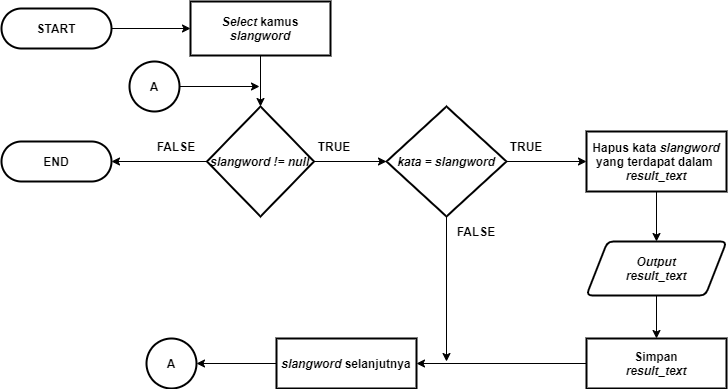
Before: Dokumen TA/Paper/Flowchart/P6. Flowchart proses slangword.png, a diagram exported from draw.io (muspriandi/TextMining-SentimentAnalysis). Source tidied: cells renumbered, new cells last; positions are measured from the earlier drawing's top-left corner, leaving out a move shared by most shapes. Source of this version:
```xml
<mxGraphModel>
  <root>
    <mxCell id="0" />
    <mxCell id="1" parent="0" />
    <mxCell id="2" style="edgeStyle=orthogonalEdgeStyle;rounded=0;orthogonalLoop=1;jettySize=auto;html=1;entryX=0.5;entryY=0;entryDx=0;entryDy=0;entryPerimeter=0;fontSize=12;" parent="1" edge="1">
      <mxGeometry relative="1" as="geometry">
        <mxPoint x="45" y="350" as="sourcePoint" />
        <Array as="points">
          <mxPoint x="45" y="390" />
          <mxPoint x="145" y="390" />
          <mxPoint x="145" y="50" />
          <mxPoint x="245" y="50" />
        </Array>
      </mxGeometry>
    </mxCell>
    <mxCell id="3" style="edgeStyle=orthogonalEdgeStyle;rounded=0;jettySize=auto;html=1;entryX=0;entryY=0.5;entryDx=0;entryDy=0;" parent="1" edge="1" source="4" target="7">
      <mxGeometry relative="1" as="geometry" />
    </mxCell>
    <mxCell id="4" value="&lt;b style=&quot;font-size: 12px;&quot;&gt;START&lt;/b&gt;" style="rounded=1;whiteSpace=wrap;html=1;absoluteArcSize=1;arcSize=140;strokeWidth=2;fontSize=12;" parent="1" vertex="1">
      <mxGeometry y="7" width="110" height="40" as="geometry" />
    </mxCell>
    <mxCell id="5" value="&lt;b&gt;END&lt;/b&gt;" style="rounded=1;whiteSpace=wrap;html=1;absoluteArcSize=1;arcSize=140;strokeWidth=2;fontSize=12;" parent="1" vertex="1">
      <mxGeometry y="140" width="110" height="40" as="geometry" />
    </mxCell>
    <mxCell id="6" style="edgeStyle=orthogonalEdgeStyle;rounded=0;jettySize=auto;html=1;entryX=0.5;entryY=0;entryDx=0;entryDy=0;entryPerimeter=0;" parent="1" edge="1" source="7" target="10">
      <mxGeometry relative="1" as="geometry" />
    </mxCell>
    <mxCell id="7" value="&lt;font face=&quot;helvetica&quot;&gt;&lt;b&gt;&lt;i&gt;Select &lt;/i&gt;kamus&lt;br&gt;&lt;i&gt;slangword&lt;/i&gt;&lt;br&gt;&lt;/b&gt;&lt;/font&gt;" style="rounded=1;whiteSpace=wrap;html=1;absoluteArcSize=1;arcSize=0;strokeWidth=2;fontSize=12;" parent="1" vertex="1">
      <mxGeometry x="189" width="140" height="54" as="geometry" />
    </mxCell>
    <mxCell id="8" style="edgeStyle=orthogonalEdgeStyle;rounded=0;jettySize=auto;html=1;entryX=1;entryY=0.5;entryDx=0;entryDy=0;" parent="1" edge="1" source="10" target="5">
      <mxGeometry relative="1" as="geometry" />
    </mxCell>
    <mxCell id="9" style="edgeStyle=orthogonalEdgeStyle;rounded=0;jettySize=auto;html=1;entryX=0;entryY=0.5;entryDx=0;entryDy=0;entryPerimeter=0;" parent="1" edge="1" source="10" target="13">
      <mxGeometry relative="1" as="geometry" />
    </mxCell>
    <mxCell id="10" value="&lt;b style=&quot;font-family: &amp;#34;helvetica&amp;#34;&quot;&gt;&lt;i&gt;slangword&amp;nbsp;&lt;/i&gt;&lt;/b&gt;&lt;b style=&quot;font-family: &amp;#34;helvetica&amp;#34;&quot;&gt;&lt;i&gt;!= null&lt;/i&gt;&lt;/b&gt;" style="strokeWidth=2;html=1;shape=mxgraph.flowchart.decision;whiteSpace=wrap;rounded=1;align=center;fontStyle=1;" parent="1" vertex="1">
      <mxGeometry x="205.5" y="105" width="107" height="110" as="geometry" />
    </mxCell>
    <mxCell id="11" style="edgeStyle=orthogonalEdgeStyle;rounded=0;jettySize=auto;html=1;" parent="1" edge="1" source="13">
      <mxGeometry relative="1" as="geometry">
        <mxPoint x="445" y="360" as="targetPoint" />
      </mxGeometry>
    </mxCell>
    <mxCell id="12" style="edgeStyle=orthogonalEdgeStyle;rounded=0;jettySize=auto;html=1;entryX=0;entryY=0.5;entryDx=0;entryDy=0;" parent="1" edge="1" source="13" target="19">
      <mxGeometry relative="1" as="geometry" />
    </mxCell>
    <mxCell id="13" value="&lt;b style=&quot;font-family: &amp;#34;helvetica&amp;#34;&quot;&gt;&lt;i&gt;kata = slangword&lt;/i&gt;&lt;/b&gt;" style="strokeWidth=2;html=1;shape=mxgraph.flowchart.decision;whiteSpace=wrap;rounded=1;align=center;fontStyle=1;" parent="1" vertex="1">
      <mxGeometry x="385" y="105" width="120" height="110" as="geometry" />
    </mxCell>
    <mxCell id="14" value="TRUE" style="text;html=1;strokeColor=none;fillColor=none;align=center;verticalAlign=middle;whiteSpace=wrap;rounded=0;fontStyle=1;" parent="1" vertex="1">
      <mxGeometry x="312.5" y="135" width="40" height="20" as="geometry" />
    </mxCell>
    <mxCell id="15" value="FALSE" style="text;html=1;strokeColor=none;fillColor=none;align=center;verticalAlign=middle;whiteSpace=wrap;rounded=0;fontStyle=1;" parent="1" vertex="1">
      <mxGeometry x="155" y="135" width="40" height="20" as="geometry" />
    </mxCell>
    <mxCell id="16" style="edgeStyle=orthogonalEdgeStyle;rounded=0;jettySize=auto;html=1;entryX=1;entryY=0.5;entryDx=0;entryDy=0;entryPerimeter=0;" parent="1" edge="1" source="17" target="24">
      <mxGeometry relative="1" as="geometry" />
    </mxCell>
    <mxCell id="17" value="&lt;b style=&quot;font-family: &amp;#34;helvetica&amp;#34;&quot;&gt;&lt;i&gt;slangword&amp;nbsp;&lt;/i&gt;&lt;/b&gt;&lt;font face=&quot;helvetica&quot;&gt;&lt;b&gt;selanjutnya&lt;br&gt;&lt;/b&gt;&lt;/font&gt;" style="rounded=1;whiteSpace=wrap;html=1;absoluteArcSize=1;arcSize=0;strokeWidth=2;fontSize=12;" parent="1" vertex="1">
      <mxGeometry x="275" y="337" width="140" height="50" as="geometry" />
    </mxCell>
    <mxCell id="18" style="edgeStyle=orthogonalEdgeStyle;rounded=0;jettySize=auto;html=1;entryX=0.5;entryY=0;entryDx=0;entryDy=0;" parent="1" edge="1" source="19" target="28">
      <mxGeometry relative="1" as="geometry" />
    </mxCell>
    <mxCell id="19" value="&lt;font face=&quot;helvetica&quot;&gt;&lt;b&gt;Hapus kata&amp;nbsp;&lt;/b&gt;&lt;/font&gt;&lt;b style=&quot;font-family: &amp;#34;helvetica&amp;#34;&quot;&gt;&lt;i&gt;slangword&lt;/i&gt;&lt;/b&gt;&lt;font face=&quot;helvetica&quot;&gt;&lt;b&gt;&lt;br&gt;&lt;/b&gt;&lt;/font&gt;&lt;span style=&quot;font-weight: 700&quot;&gt;yang terdapat dalam&amp;nbsp;&lt;br&gt;&lt;/span&gt;&lt;b style=&quot;font-family: &amp;#34;helvetica&amp;#34;&quot;&gt;&lt;i&gt;result_text&lt;/i&gt;&lt;/b&gt;&lt;font face=&quot;helvetica&quot;&gt;&lt;b&gt;&lt;br&gt;&lt;/b&gt;&lt;/font&gt;" style="rounded=1;whiteSpace=wrap;html=1;absoluteArcSize=1;arcSize=0;strokeWidth=2;fontSize=12;" parent="1" vertex="1">
      <mxGeometry x="585" y="130" width="140" height="60" as="geometry" />
    </mxCell>
    <mxCell id="20" value="TRUE" style="text;html=1;strokeColor=none;fillColor=none;align=center;verticalAlign=middle;whiteSpace=wrap;rounded=0;fontStyle=1;" parent="1" vertex="1">
      <mxGeometry x="505" y="135" width="40" height="20" as="geometry" />
    </mxCell>
    <mxCell id="21" value="FALSE" style="text;html=1;strokeColor=none;fillColor=none;align=center;verticalAlign=middle;whiteSpace=wrap;rounded=0;fontStyle=1;" parent="1" vertex="1">
      <mxGeometry x="455" y="220" width="40" height="20" as="geometry" />
    </mxCell>
    <mxCell id="22" style="edgeStyle=orthogonalEdgeStyle;rounded=0;jettySize=auto;html=1;entryX=1;entryY=0.5;entryDx=0;entryDy=0;" parent="1" edge="1" source="23" target="17">
      <mxGeometry relative="1" as="geometry" />
    </mxCell>
    <mxCell id="23" value="&lt;font face=&quot;helvetica&quot;&gt;&lt;b&gt;Simpan&lt;br&gt;&lt;i&gt;result_text&lt;/i&gt;&lt;br&gt;&lt;/b&gt;&lt;/font&gt;" style="rounded=1;whiteSpace=wrap;html=1;absoluteArcSize=1;arcSize=0;strokeWidth=2;fontSize=12;" parent="1" vertex="1">
      <mxGeometry x="585" y="337" width="140" height="50" as="geometry" />
    </mxCell>
    <mxCell id="24" value="&lt;b&gt;A&lt;/b&gt;" style="strokeWidth=2;html=1;shape=mxgraph.flowchart.start_2;whiteSpace=wrap;" parent="1" vertex="1">
      <mxGeometry x="145" y="337" width="50" height="50" as="geometry" />
    </mxCell>
    <mxCell id="25" style="edgeStyle=orthogonalEdgeStyle;rounded=0;jettySize=auto;html=1;" parent="1" edge="1" source="26">
      <mxGeometry relative="1" as="geometry">
        <mxPoint x="258" y="85" as="targetPoint" />
      </mxGeometry>
    </mxCell>
    <mxCell id="26" value="&lt;b&gt;A&lt;/b&gt;" style="strokeWidth=2;html=1;shape=mxgraph.flowchart.start_2;whiteSpace=wrap;" parent="1" vertex="1">
      <mxGeometry x="128" y="60" width="50" height="50" as="geometry" />
    </mxCell>
    <mxCell id="27" style="edgeStyle=orthogonalEdgeStyle;rounded=0;jettySize=auto;html=1;entryX=0.5;entryY=0;entryDx=0;entryDy=0;" parent="1" edge="1" source="28" target="23">
      <mxGeometry relative="1" as="geometry" />
    </mxCell>
    <mxCell id="28" value="&lt;i&gt;&lt;b&gt;Output&lt;br&gt;result_text&lt;/b&gt;&lt;/i&gt;" style="shape=parallelogram;html=1;strokeWidth=2;perimeter=parallelogramPerimeter;whiteSpace=wrap;rounded=1;arcSize=12;size=0.15000000000000002;" parent="1" vertex="1">
      <mxGeometry x="585" y="240" width="140" height="54" as="geometry" />
    </mxCell>
  </root>
</mxGraphModel>
```
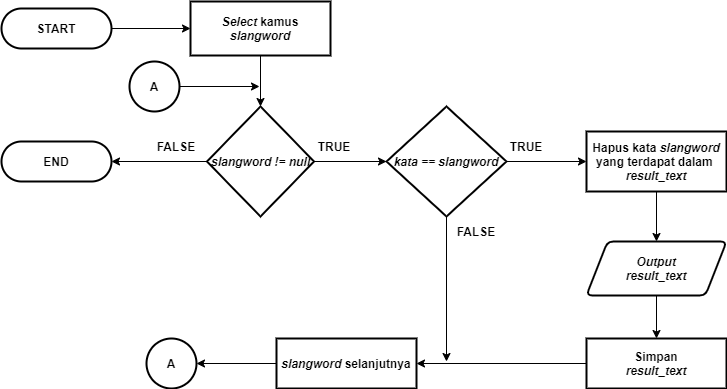
The same file after the commit.

What changed in the source:
```diff
@@ -45,7 +45,7 @@
     <mxCell id="12" style="edgeStyle=orthogonalEdgeStyle;rounded=0;jettySize=auto;html=1;entryX=0;entryY=0.5;entryDx=0;entryDy=0;" parent="1" edge="1" source="13" target="19">
       <mxGeometry relative="1" as="geometry" />
     </mxCell>
-    <mxCell id="13" value="&lt;b style=&quot;font-family: &amp;#34;helvetica&amp;#34;&quot;&gt;&lt;i&gt;kata = slangword&lt;/i&gt;&lt;/b&gt;" style="strokeWidth=2;html=1;shape=mxgraph.flowchart.decision;whiteSpace=wrap;rounded=1;align=center;fontStyle=1;" parent="1" vertex="1">
+    <mxCell id="13" value="&lt;b style=&quot;font-family: &amp;#34;helvetica&amp;#34;&quot;&gt;&lt;i&gt;kata == slangword&lt;/i&gt;&lt;/b&gt;" style="strokeWidth=2;html=1;shape=mxgraph.flowchart.decision;whiteSpace=wrap;rounded=1;align=center;fontStyle=1;" parent="1" vertex="1">
       <mxGeometry x="385" y="105" width="120" height="110" as="geometry" />
     </mxCell>
     <mxCell id="14" value="TRUE" style="text;html=1;strokeColor=none;fillColor=none;align=center;verticalAlign=middle;whiteSpace=wrap;rounded=0;fontStyle=1;" parent="1" vertex="1">
```
